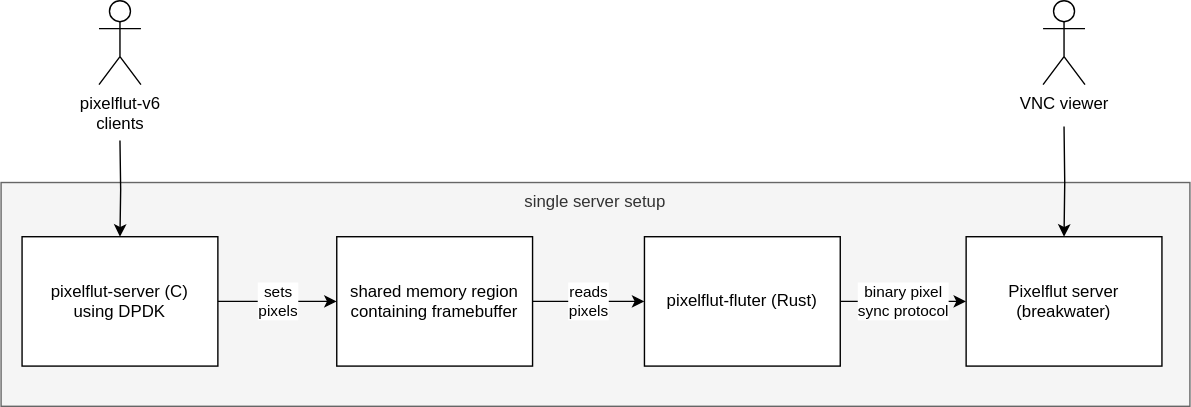
Earlier version of the draw.io export docs/images/single_server.drawio.svg (sbernauer/pixelflut-v6). Source tidied: cells renumbered, new cells last; positions are measured from the earlier drawing's top-left corner, leaving out a move shared by most shapes. Its diagram source:
```xml
<mxGraphModel>
  <root>
    <mxCell id="0" />
    <mxCell id="1" parent="0" />
    <mxCell id="2" value="&lt;div align=&quot;center&quot;&gt;single server setup&lt;br&gt;&lt;/div&gt;" style="rounded=0;whiteSpace=wrap;html=1;verticalAlign=top;fillColor=#f5f5f5;fontColor=#333333;strokeColor=#666666;" parent="1" vertex="1">
      <mxGeometry y="130" width="850" height="160" as="geometry" />
    </mxCell>
    <mxCell id="3" value="&lt;div&gt;Pixelflut server&lt;br&gt;&lt;/div&gt;&lt;div&gt;(breakwater)&lt;/div&gt;" style="rounded=0;whiteSpace=wrap;html=1;" parent="1" vertex="1">
      <mxGeometry x="690" y="168.8" width="140" height="92.5" as="geometry" />
    </mxCell>
    <mxCell id="4" value="reads&lt;br&gt;pixels" style="edgeStyle=orthogonalEdgeStyle;rounded=0;jettySize=auto;html=1;" parent="1" edge="1" source="5" target="11">
      <mxGeometry relative="1" as="geometry" />
    </mxCell>
    <mxCell id="5" value="shared memory region containing framebuffer" style="rounded=0;whiteSpace=wrap;html=1;" parent="1" vertex="1">
      <mxGeometry x="240" y="168.8" width="140" height="92.5" as="geometry" />
    </mxCell>
    <mxCell id="6" value="sets&lt;br&gt;pixels" style="edgeStyle=orthogonalEdgeStyle;rounded=0;jettySize=auto;html=1;" parent="1" edge="1" source="7" target="5">
      <mxGeometry relative="1" as="geometry" />
    </mxCell>
    <mxCell id="7" value="&lt;div&gt;pixelflut-server (C)&lt;/div&gt;&lt;div&gt;using DPDK&lt;br&gt;&lt;/div&gt;" style="rounded=0;whiteSpace=wrap;html=1;" parent="1" vertex="1">
      <mxGeometry x="15" y="168.8" width="140" height="92.5" as="geometry" />
    </mxCell>
    <mxCell id="8" style="edgeStyle=orthogonalEdgeStyle;rounded=0;jettySize=auto;html=1;entryX=0.5;entryY=0;entryDx=0;entryDy=0;" parent="1" edge="1" target="7">
      <mxGeometry relative="1" as="geometry">
        <mxPoint x="85" y="100" as="sourcePoint" />
      </mxGeometry>
    </mxCell>
    <mxCell id="9" value="&lt;div&gt;pixelflut-v6&lt;/div&gt;&lt;div&gt;clients&lt;/div&gt;" style="shape=umlActor;verticalLabelPosition=bottom;verticalAlign=top;html=1;" parent="1" vertex="1">
      <mxGeometry x="70" width="30" height="60" as="geometry" />
    </mxCell>
    <mxCell id="10" value="binary pixel&lt;br&gt;sync protocol" style="edgeStyle=orthogonalEdgeStyle;rounded=0;jettySize=auto;html=1;" parent="1" edge="1" source="11" target="3">
      <mxGeometry relative="1" as="geometry" />
    </mxCell>
    <mxCell id="11" value="pixelflut-fluter (Rust)" style="rounded=0;whiteSpace=wrap;html=1;" parent="1" vertex="1">
      <mxGeometry x="460" y="168.8" width="140" height="92.5" as="geometry" />
    </mxCell>
    <mxCell id="12" style="edgeStyle=orthogonalEdgeStyle;rounded=0;jettySize=auto;html=1;" parent="1" edge="1" target="3">
      <mxGeometry relative="1" as="geometry">
        <mxPoint x="760" y="90" as="sourcePoint" />
      </mxGeometry>
    </mxCell>
    <mxCell id="13" value="VNC viewer" style="shape=umlActor;verticalLabelPosition=bottom;verticalAlign=top;html=1;" parent="1" vertex="1">
      <mxGeometry x="745" width="30" height="60" as="geometry" />
    </mxCell>
  </root>
</mxGraphModel>
```
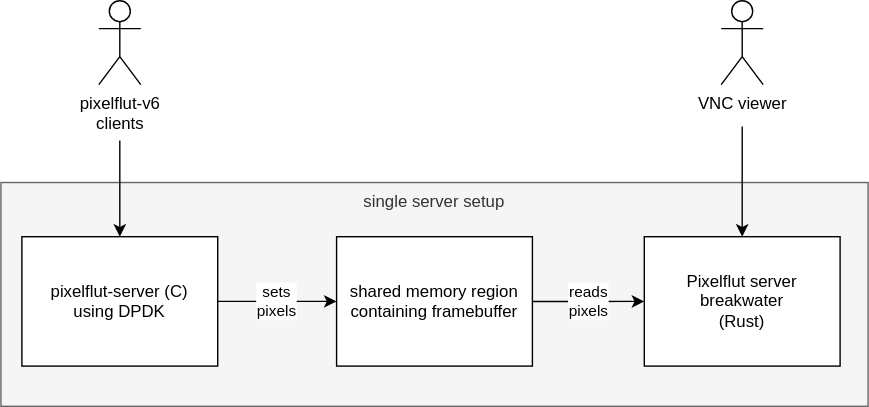
The same file after the commit.

Commit message:
Update image for single server deployment

The edit, as a diff of the source:
```diff
@@ -3,13 +3,15 @@
     <mxCell id="0" />
     <mxCell id="1" parent="0" />
     <mxCell id="2" value="&lt;div align=&quot;center&quot;&gt;single server setup&lt;br&gt;&lt;/div&gt;" style="rounded=0;whiteSpace=wrap;html=1;verticalAlign=top;fillColor=#f5f5f5;fontColor=#333333;strokeColor=#666666;" parent="1" vertex="1">
-      <mxGeometry y="130" width="850" height="160" as="geometry" />
+      <mxGeometry y="130" width="620" height="160" as="geometry" />
     </mxCell>
-    <mxCell id="3" value="&lt;div&gt;Pixelflut server&lt;br&gt;&lt;/div&gt;&lt;div&gt;(breakwater)&lt;/div&gt;" style="rounded=0;whiteSpace=wrap;html=1;" parent="1" vertex="1">
-      <mxGeometry x="690" y="168.8" width="140" height="92.5" as="geometry" />
+    <mxCell id="3" value="&lt;div&gt;Pixelflut server&lt;br&gt;&lt;/div&gt;&lt;div&gt;breakwater&lt;br&gt;(Rust)&lt;/div&gt;" style="rounded=0;whiteSpace=wrap;html=1;" parent="1" vertex="1">
+      <mxGeometry x="460" y="168.8" width="140" height="92.5" as="geometry" />
     </mxCell>
-    <mxCell id="4" value="reads&lt;br&gt;pixels" style="edgeStyle=orthogonalEdgeStyle;rounded=0;jettySize=auto;html=1;" parent="1" edge="1" source="5" target="11">
-      <mxGeometry relative="1" as="geometry" />
+    <mxCell id="4" value="reads&lt;br&gt;pixels" style="edgeStyle=orthogonalEdgeStyle;rounded=0;jettySize=auto;html=1;" parent="1" edge="1" source="5">
+      <mxGeometry relative="1" as="geometry">
+        <mxPoint x="460" y="215" as="targetPoint" />
+      </mxGeometry>
     </mxCell>
     <mxCell id="5" value="shared memory region containing framebuffer" style="rounded=0;whiteSpace=wrap;html=1;" parent="1" vertex="1">
       <mxGeometry x="240" y="168.8" width="140" height="92.5" as="geometry" />
@@ -28,19 +30,13 @@
     <mxCell id="9" value="&lt;div&gt;pixelflut-v6&lt;/div&gt;&lt;div&gt;clients&lt;/div&gt;" style="shape=umlActor;verticalLabelPosition=bottom;verticalAlign=top;html=1;" parent="1" vertex="1">
       <mxGeometry x="70" width="30" height="60" as="geometry" />
     </mxCell>
-    <mxCell id="10" value="binary pixel&lt;br&gt;sync protocol" style="edgeStyle=orthogonalEdgeStyle;rounded=0;jettySize=auto;html=1;" parent="1" edge="1" source="11" target="3">
-      <mxGeometry relative="1" as="geometry" />
-    </mxCell>
-    <mxCell id="11" value="pixelflut-fluter (Rust)" style="rounded=0;whiteSpace=wrap;html=1;" parent="1" vertex="1">
-      <mxGeometry x="460" y="168.8" width="140" height="92.5" as="geometry" />
-    </mxCell>
     <mxCell id="12" style="edgeStyle=orthogonalEdgeStyle;rounded=0;jettySize=auto;html=1;" parent="1" edge="1" target="3">
       <mxGeometry relative="1" as="geometry">
-        <mxPoint x="760" y="90" as="sourcePoint" />
+        <mxPoint x="530" y="90" as="sourcePoint" />
       </mxGeometry>
     </mxCell>
     <mxCell id="13" value="VNC viewer" style="shape=umlActor;verticalLabelPosition=bottom;verticalAlign=top;html=1;" parent="1" vertex="1">
-      <mxGeometry x="745" width="30" height="60" as="geometry" />
+      <mxGeometry x="515" width="30" height="60" as="geometry" />
     </mxCell>
   </root>
 </mxGraphModel>
```
